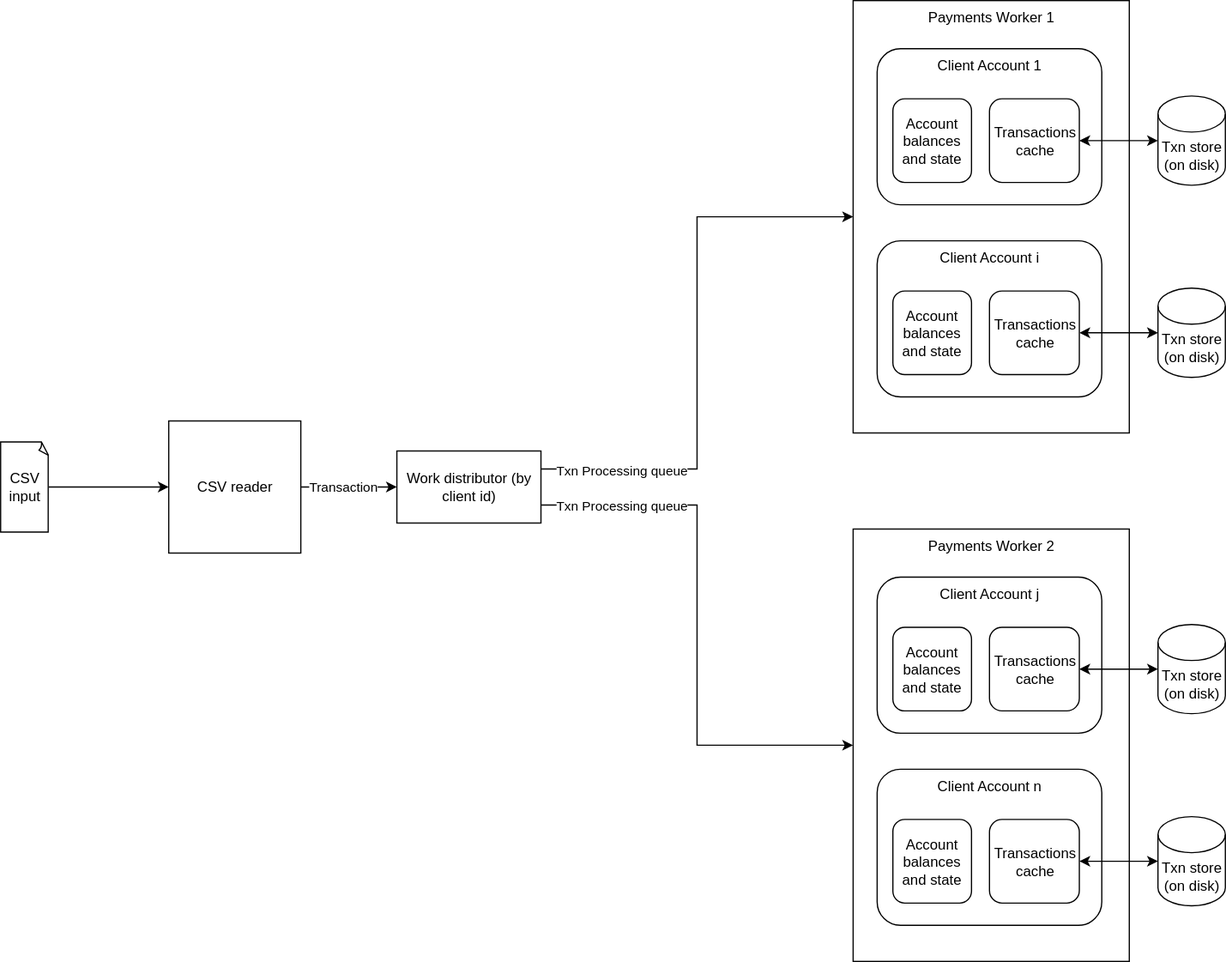
Before: design.svg, a diagram exported from draw.io (alsrdn/payments-engine). Source tidied: cells renumbered, new cells last; positions are measured from the earlier drawing's top-left corner, leaving out a move shared by most shapes.
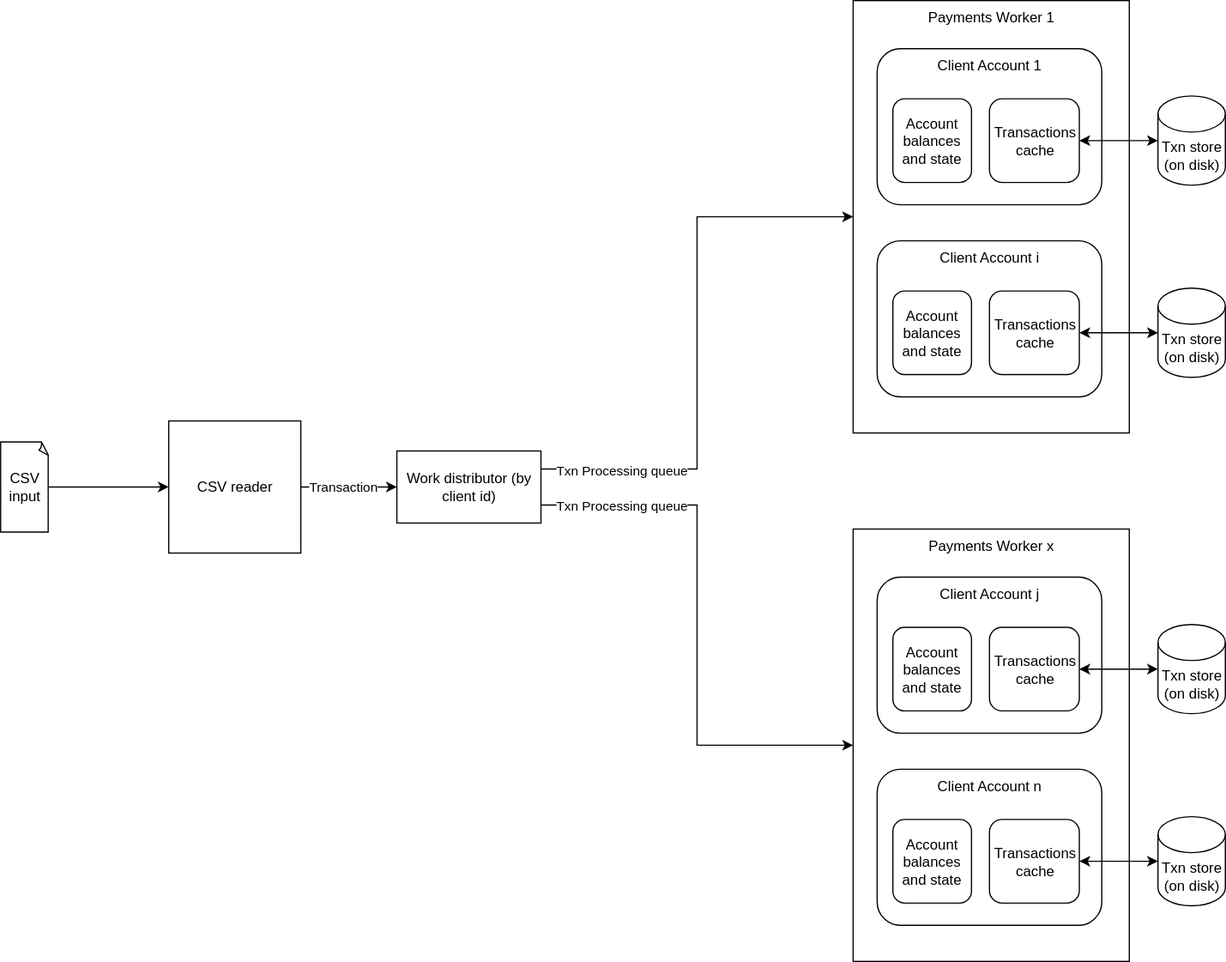
The same file after the commit.

Commit message:
README: adjust diagram

Change to the diagram source:
```diff
@@ -81,7 +81,7 @@
     <mxCell id="26" style="group;" parent="1" vertex="1">
       <mxGeometry x="710" y="440" width="310" height="360" as="geometry" />
     </mxCell>
-    <mxCell id="27" value="Payments Worker 2" style="rounded=0;whiteSpace=wrap;html=1;verticalAlign=top;" parent="26" vertex="1">
+    <mxCell id="27" value="Payments Worker x" style="rounded=0;whiteSpace=wrap;html=1;verticalAlign=top;" parent="26" vertex="1">
       <mxGeometry width="230" height="360" as="geometry" />
     </mxCell>
     <mxCell id="28" style="group;" parent="26" vertex="1">
```
